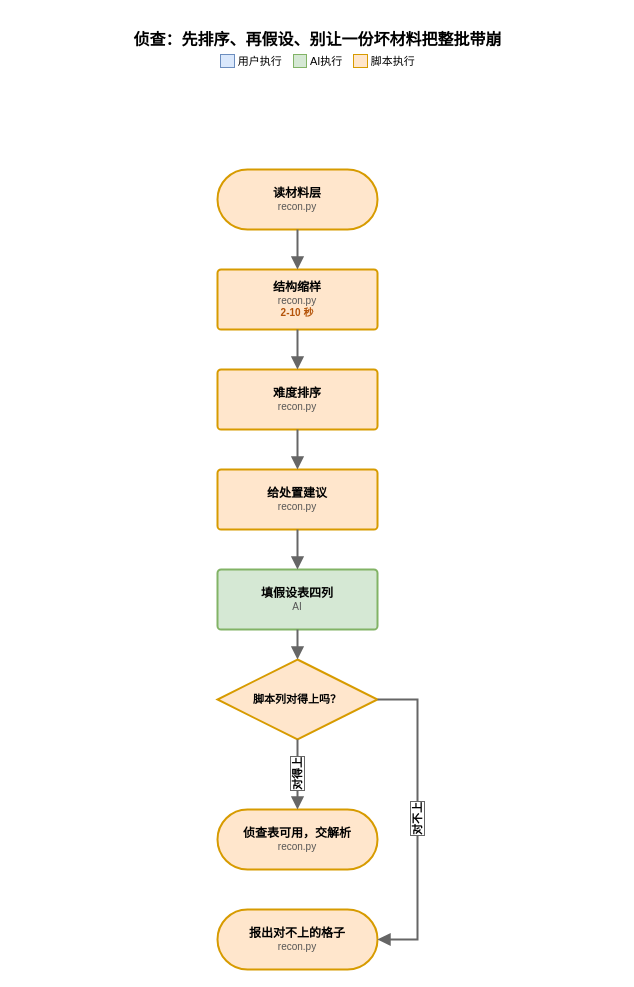
The draw.io diagram page "侦查：先排序、再假设、别让一份坏材料把整批带崩" (3 of 10) of dev/baseline/workflow/workflow-flow.drawio in Luys521/flowchart-skill, before the edit. Source tidied: cells renumbered, new cells numbered last; positions are measured from the earlier drawing's top-left corner, leaving out a move shared by most shapes. Both pictures are drawn from the tidied source at 100%, with x=0, y=0 at pixel (17, 17).
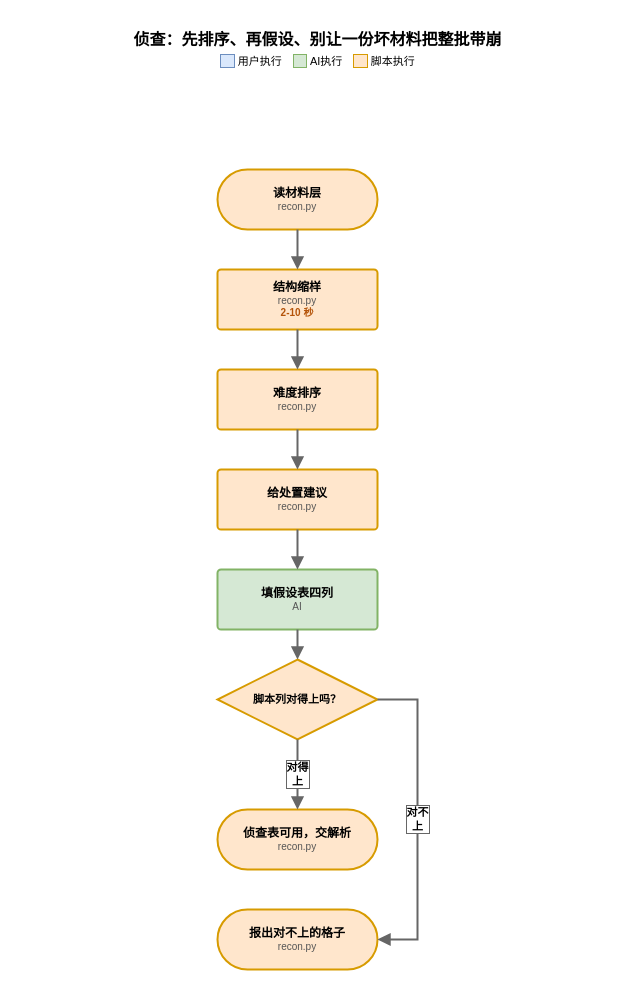
Above is the later version.

Change to the diagram source:
```diff
@@
 <mxGraphModel>
   <root>
     <mxCell id="0" />
     <mxCell id="1" parent="0" />
     <mxCell id="2" value="侦查：先排序、再假设、别让一份坏材料把整批带崩&lt;br&gt;&lt;span style=&quot;font-size:11px;font-weight:400&quot;&gt;&lt;span style=&quot;background:#dae8fc;border:1px solid #6c8ebf&quot;&gt;&amp;nbsp;&amp;nbsp;&amp;nbsp;&amp;nbsp;&lt;/span&gt; 用户执行　&lt;span style=&quot;background:#d5e8d4;border:1px solid #82b366&quot;&gt;&amp;nbsp;&amp;nbsp;&amp;nbsp;&amp;nbsp;&lt;/span&gt; AI执行　&lt;span style=&quot;background:#ffe6cc;border:1px solid #d79b00&quot;&gt;&amp;nbsp;&amp;nbsp;&amp;nbsp;&amp;nbsp;&lt;/span&gt; 脚本执行　&lt;/span&gt;" style="text;html=1;align=center;verticalAlign=middle;fontSize=16;fontStyle=1;fontFamily=Microsoft YaHei;" parent="1" vertex="1">
       <mxGeometry width="600" height="64" as="geometry" />
     </mxCell>
     <mxCell id="3" value="&lt;div style=&quot;font-weight:bold;&quot;&gt;读材料层&lt;/div&gt;&lt;div style=&quot;color:#555555;font-size:10px;&quot;&gt;recon.py&lt;/div&gt;" style="rounded=1;arcSize=50;whiteSpace=wrap;html=1;strokeWidth=2;fontFamily=Microsoft YaHei;verticalAlign=middle;fillColor=#ffe6cc;strokeColor=#d79b00;fontSize=12;flowchartSkillNative=1;" parent="1" vertex="1">
       <mxGeometry x="200" y="152" width="160" height="60" as="geometry" />
     </mxCell>
     <mxCell id="4" value="&lt;div style=&quot;font-weight:bold;&quot;&gt;结构缩样&lt;/div&gt;&lt;div style=&quot;color:#555555;font-size:10px;&quot;&gt;recon.py&lt;/div&gt;&lt;div style=&quot;color:#b45309;font-size:10px;font-weight:bold;&quot;&gt;2-10 秒&lt;/div&gt;" style="rounded=1;arcSize=6;whiteSpace=wrap;html=1;strokeWidth=2;fontFamily=Microsoft YaHei;verticalAlign=middle;fillColor=#ffe6cc;strokeColor=#d79b00;fontSize=12;flowchartSkillNative=1;" parent="1" vertex="1">
       <mxGeometry x="200" y="252" width="160" height="60" as="geometry" />
     </mxCell>
     <mxCell id="5" value="&lt;div style=&quot;font-weight:bold;&quot;&gt;难度排序&lt;/div&gt;&lt;div style=&quot;color:#555555;font-size:10px;&quot;&gt;recon.py&lt;/div&gt;" style="rounded=1;arcSize=6;whiteSpace=wrap;html=1;strokeWidth=2;fontFamily=Microsoft YaHei;verticalAlign=middle;fillColor=#ffe6cc;strokeColor=#d79b00;fontSize=12;flowchartSkillNative=1;" parent="1" vertex="1">
       <mxGeometry x="200" y="352" width="160" height="60" as="geometry" />
     </mxCell>
     <mxCell id="6" value="&lt;div style=&quot;font-weight:bold;&quot;&gt;给处置建议&lt;/div&gt;&lt;div style=&quot;color:#555555;font-size:10px;&quot;&gt;recon.py&lt;/div&gt;" style="rounded=1;arcSize=6;whiteSpace=wrap;html=1;strokeWidth=2;fontFamily=Microsoft YaHei;verticalAlign=middle;fillColor=#ffe6cc;strokeColor=#d79b00;fontSize=12;flowchartSkillNative=1;" parent="1" vertex="1">
       <mxGeometry x="200" y="452" width="160" height="60" as="geometry" />
     </mxCell>
     <mxCell id="7" value="&lt;div style=&quot;font-weight:bold;&quot;&gt;填假设表四列&lt;/div&gt;&lt;div style=&quot;color:#555555;font-size:10px;&quot;&gt;AI&lt;/div&gt;" style="rounded=1;arcSize=6;whiteSpace=wrap;html=1;strokeWidth=2;fontFamily=Microsoft YaHei;verticalAlign=middle;fillColor=#d5e8d4;strokeColor=#82b366;fontSize=12;flowchartSkillNative=1;" parent="1" vertex="1">
       <mxGeometry x="200" y="552" width="160" height="60" as="geometry" />
     </mxCell>
     <mxCell id="8" value="&lt;div style=&quot;font-weight:bold;&quot;&gt;脚本列对得上吗？&lt;/div&gt;" style="rhombus;whiteSpace=wrap;html=1;strokeWidth=2;fontFamily=Microsoft YaHei;verticalAlign=middle;fillColor=#ffe6cc;strokeColor=#d79b00;fontSize=11;flowchartSkillNative=1;" parent="1" vertex="1">
       <mxGeometry x="200" y="642" width="160" height="80" as="geometry" />
     </mxCell>
     <mxCell id="9" value="&lt;div style=&quot;font-weight:bold;&quot;&gt;侦查表可用，交解析&lt;/div&gt;&lt;div style=&quot;color:#555555;font-size:10px;&quot;&gt;recon.py&lt;/div&gt;" style="rounded=1;arcSize=50;whiteSpace=wrap;html=1;strokeWidth=2;fontFamily=Microsoft YaHei;verticalAlign=middle;fillColor=#ffe6cc;strokeColor=#d79b00;fontSize=12;flowchartSkillNative=1;" parent="1" vertex="1">
       <mxGeometry x="200" y="792" width="160" height="60" as="geometry" />
     </mxCell>
     <mxCell id="10" value="&lt;div style=&quot;font-weight:bold;&quot;&gt;报出对不上的格子&lt;/div&gt;&lt;div style=&quot;color:#555555;font-size:10px;&quot;&gt;recon.py&lt;/div&gt;" style="rounded=1;arcSize=50;whiteSpace=wrap;html=1;strokeWidth=2;fontFamily=Microsoft YaHei;verticalAlign=middle;fillColor=#ffe6cc;strokeColor=#d79b00;fontSize=12;flowchartSkillNative=1;" parent="1" vertex="1">
       <mxGeometry x="200" y="892" width="160" height="60" as="geometry" />
     </mxCell>
     <mxCell id="11" style="edgeStyle=orthogonalEdgeStyle;rounded=0;jettySize=auto;html=1;exitX=0.5;exitY=1.0;entryX=0.5;entryY=0.0;endArrow=block;endFill=1;endSize=8;strokeWidth=2;strokeColor=#666666;fontSize=11;fontStyle=1;fontFamily=Microsoft YaHei;labelBackgroundColor=#ffffff;labelBorderColor=#666666;" parent="1" edge="1" source="3" target="4">
       <mxGeometry relative="1" as="geometry" />
     </mxCell>
     <mxCell id="12" style="edgeStyle=orthogonalEdgeStyle;rounded=0;jettySize=auto;html=1;exitX=0.5;exitY=1.0;entryX=0.5;entryY=0.0;endArrow=block;endFill=1;endSize=8;strokeWidth=2;strokeColor=#666666;fontSize=11;fontStyle=1;fontFamily=Microsoft YaHei;labelBackgroundColor=#ffffff;labelBorderColor=#666666;" parent="1" edge="1" source="4" target="5">
       <mxGeometry relative="1" as="geometry" />
     </mxCell>
     <mxCell id="13" style="edgeStyle=orthogonalEdgeStyle;rounded=0;jettySize=auto;html=1;exitX=0.5;exitY=1.0;entryX=0.5;entryY=0.0;endArrow=block;endFill=1;endSize=8;strokeWidth=2;strokeColor=#666666;fontSize=11;fontStyle=1;fontFamily=Microsoft YaHei;labelBackgroundColor=#ffffff;labelBorderColor=#666666;" parent="1" edge="1" source="5" target="6">
       <mxGeometry relative="1" as="geometry" />
     </mxCell>
     <mxCell id="14" style="edgeStyle=orthogonalEdgeStyle;rounded=0;jettySize=auto;html=1;exitX=0.5;exitY=1.0;entryX=0.5;entryY=0.0;endArrow=block;endFill=1;endSize=8;strokeWidth=2;strokeColor=#666666;fontSize=11;fontStyle=1;fontFamily=Microsoft YaHei;labelBackgroundColor=#ffffff;labelBorderColor=#666666;" parent="1" edge="1" source="6" target="7">
       <mxGeometry relative="1" as="geometry" />
     </mxCell>
     <mxCell id="15" style="edgeStyle=orthogonalEdgeStyle;rounded=0;jettySize=auto;html=1;exitX=0.5;exitY=1.0;entryX=0.5;entryY=0.0;endArrow=block;endFill=1;endSize=8;strokeWidth=2;strokeColor=#666666;fontSize=11;fontStyle=1;fontFamily=Microsoft YaHei;labelBackgroundColor=#ffffff;labelBorderColor=#666666;" parent="1" edge="1" source="7" target="8">
       <mxGeometry relative="1" as="geometry" />
     </mxCell>
-    <mxCell id="16" value="对得上" style="edgeStyle=orthogonalEdgeStyle;rounded=0;jettySize=auto;html=1;exitX=0.5;exitY=1.0;entryX=0.5;entryY=0.0;endArrow=block;endFill=1;endSize=8;strokeWidth=2;strokeColor=#666666;fontSize=11;fontStyle=1;fontFamily=Microsoft YaHei;labelBackgroundColor=#ffffff;labelBorderColor=#666666;horizontal=0;" parent="1" edge="1" source="8" target="9">
+    <mxCell id="16" value="对得&lt;br&gt;上" style="edgeStyle=orthogonalEdgeStyle;rounded=0;jettySize=auto;html=1;exitX=0.5;exitY=1.0;entryX=0.5;entryY=0.0;endArrow=block;endFill=1;endSize=8;strokeWidth=2;strokeColor=#666666;fontSize=11;fontStyle=1;fontFamily=Microsoft YaHei;labelBackgroundColor=#ffffff;labelBorderColor=#666666;" parent="1" edge="1" source="8" target="9">
       <mxGeometry relative="1" as="geometry" />
     </mxCell>
-    <mxCell id="17" value="对不上" style="edgeStyle=orthogonalEdgeStyle;rounded=0;jettySize=auto;html=1;exitX=1.0;exitY=0.5;entryX=1.0;entryY=0.5;endArrow=block;endFill=1;endSize=8;strokeWidth=2;strokeColor=#666666;fontSize=11;fontStyle=1;fontFamily=Microsoft YaHei;labelBackgroundColor=#ffffff;labelBorderColor=#666666;horizontal=0;" parent="1" edge="1" source="8" target="10">
+    <mxCell id="17" value="对不&lt;br&gt;上" style="edgeStyle=orthogonalEdgeStyle;rounded=0;jettySize=auto;html=1;exitX=1.0;exitY=0.5;entryX=1.0;entryY=0.5;endArrow=block;endFill=1;endSize=8;strokeWidth=2;strokeColor=#666666;fontSize=11;fontStyle=1;fontFamily=Microsoft YaHei;labelBackgroundColor=#ffffff;labelBorderColor=#666666;" parent="1" edge="1" source="8" target="10">
       <mxGeometry relative="1" as="geometry">
         <Array as="points">
           <mxPoint x="400" y="682" />
           <mxPoint x="400" y="922" />
         </Array>
       </mxGeometry>
     </mxCell>
   </root>
 </mxGraphModel>
```
